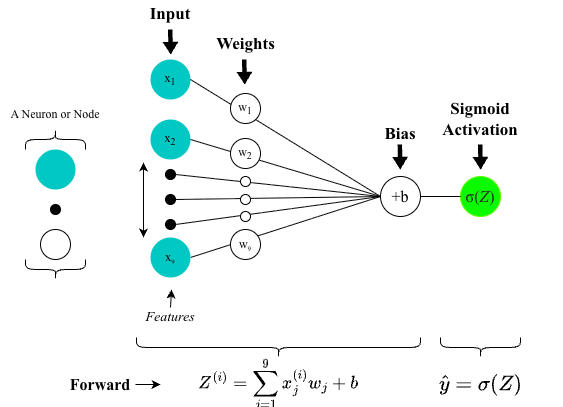
Above: basic_components/showcase_images/single-layer-perceptron.png in t20e/AI_projects_and_res (draw.io), before the change. Source tidied: cells renumbered, new cells last; positions are measured from the earlier drawing's top-left corner, leaving out a move shared by most shapes.
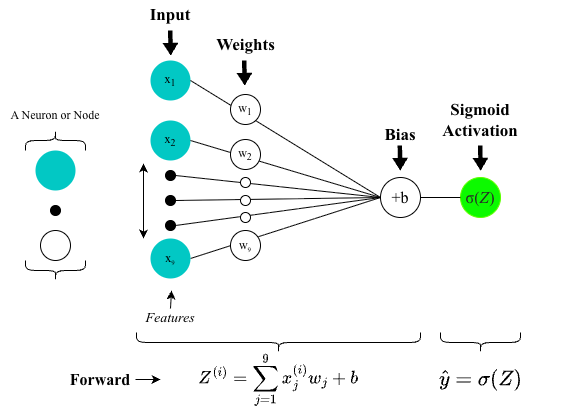
After the change.

What changed in the source:
```diff
@@ -8,48 +8,48 @@
     <mxCell id="3" value="&lt;div&gt;&lt;span style=&quot;font-size: 17px;&quot;&gt;&lt;b&gt;Weights&lt;/b&gt;&lt;/span&gt;&lt;/div&gt;" style="text;html=1;align=center;verticalAlign=middle;whiteSpace=wrap;rounded=0;fontFamily=Times New Roman;" parent="1" vertex="1">
       <mxGeometry x="209.6" y="30" width="70.8" height="30" as="geometry" />
     </mxCell>
-    <mxCell id="4" style="endArrow=classic;html=1;rounded=0;jumpSize=26;strokeWidth=0;shape=flexArrow;fillColor=#000000;startSize=1;endSize=4.184444444444444;endWidth=11.18279569892473;width=4.354838709677419;fontFamily=Times New Roman;" parent="1" edge="1">
-      <mxGeometry relative="1" as="geometry">
-        <mxPoint x="243.7" y="60" as="sourcePoint" />
-        <mxPoint x="244.2" y="85" as="targetPoint" />
-      </mxGeometry>
-    </mxCell>
-    <mxCell id="5" style="endArrow=classic;html=1;rounded=0;jumpSize=26;strokeWidth=0;shape=flexArrow;fillColor=#000000;startSize=1;endSize=4.184444444444444;endWidth=11.18279569892473;width=4.354838709677419;fontFamily=Times New Roman;" parent="1" edge="1">
-      <mxGeometry relative="1" as="geometry">
-        <mxPoint x="169.7" y="30" as="sourcePoint" />
-        <mxPoint x="170.2" y="55" as="targetPoint" />
-      </mxGeometry>
-    </mxCell>
+    <mxCell id="46" style="endArrow=classic;html=1;rounded=0;jumpSize=26;strokeWidth=0;shape=flexArrow;fillColor=#000000;startSize=1;endSize=4.184444444444444;endWidth=11.18279569892473;width=4.354838709677419;fontFamily=Times New Roman;" parent="1" edge="1">
+      <mxGeometry relative="1" as="geometry">
+        <mxPoint x="243.7" y="60" as="sourcePoint" />
+        <mxPoint x="244.2" y="85" as="targetPoint" />
+      </mxGeometry>
+    </mxCell>
+    <mxCell id="47" style="endArrow=classic;html=1;rounded=0;jumpSize=26;strokeWidth=0;shape=flexArrow;fillColor=#000000;startSize=1;endSize=4.184444444444444;endWidth=11.18279569892473;width=4.354838709677419;fontFamily=Times New Roman;" parent="1" edge="1">
+      <mxGeometry relative="1" as="geometry">
+        <mxPoint x="169.7" y="30" as="sourcePoint" />
+        <mxPoint x="170.2" y="55" as="targetPoint" />
+      </mxGeometry>
+    </mxCell>
     <mxCell id="6" value="&lt;i&gt;Features&lt;/i&gt;" style="text;html=1;align=center;verticalAlign=middle;whiteSpace=wrap;rounded=0;fontFamily=Times New Roman;fontSize=14;" parent="1" vertex="1">
       <mxGeometry x="143" y="308" width="54" height="20" as="geometry" />
     </mxCell>
-    <mxCell id="7" style="endArrow=classic;startArrow=classic;html=1;rounded=0;fontFamily=Times New Roman;" parent="1" edge="1">
-      <mxGeometry relative="1" as="geometry">
-        <mxPoint x="143" y="238" as="sourcePoint" />
-        <mxPoint x="143" y="163" as="targetPoint" />
-      </mxGeometry>
-    </mxCell>
+    <mxCell id="48" style="endArrow=classic;startArrow=classic;html=1;rounded=0;fontFamily=Times New Roman;" parent="1" edge="1">
+      <mxGeometry relative="1" as="geometry">
+        <mxPoint x="143" y="238" as="sourcePoint" />
+        <mxPoint x="143" y="163" as="targetPoint" />
+      </mxGeometry>
+    </mxCell>
     <mxCell id="8" value="&lt;span style=&quot;color: rgb(40, 40, 40); font-style: normal; font-variant-ligatures: normal; font-variant-caps: normal; font-weight: 100; letter-spacing: normal; orphans: 2; text-align: start; text-indent: 0px; text-transform: none; widows: 2; word-spacing: 0px; -webkit-text-stroke-width: 0px; white-space: normal; text-decoration-thickness: initial; text-decoration-style: initial; text-decoration-color: initial; float: none; display: inline !important;&quot;&gt;&lt;font style=&quot;font-size: 16px;&quot;&gt;σ(𝑍)&lt;/font&gt;&lt;/span&gt;" style="ellipse;whiteSpace=wrap;html=1;fillColor=light-dark(#0cfa00, #1f2f1e);strokeColor=light-dark(#5eff00, #446e2c);fontFamily=Times New Roman;" parent="1" vertex="1">
       <mxGeometry x="460" y="177" width="40" height="40" as="geometry" />
     </mxCell>
     <mxCell id="9" value="&lt;div&gt;&lt;b style=&quot;font-size: 17px;&quot;&gt;Sigmoid&lt;/b&gt;&lt;span style=&quot;font-size: 17px;&quot;&gt;&lt;b&gt;&lt;/b&gt;&lt;/span&gt;&lt;/div&gt;&lt;div&gt;&lt;span style=&quot;font-size: 17px;&quot;&gt;&lt;b&gt;Activation&lt;/b&gt;&lt;/span&gt;&lt;/div&gt;" style="text;html=1;align=center;verticalAlign=middle;whiteSpace=wrap;rounded=0;fontFamily=Times New Roman;" parent="1" vertex="1">
       <mxGeometry x="430" y="105" width="100" height="30" as="geometry" />
     </mxCell>
-    <mxCell id="10" style="endArrow=classic;html=1;rounded=0;jumpSize=26;strokeWidth=0;shape=flexArrow;fillColor=#000000;startSize=1;endSize=4.184444444444444;endWidth=11.18279569892473;width=4.354838709677419;fontFamily=Times New Roman;" parent="1" edge="1">
-      <mxGeometry relative="1" as="geometry">
-        <mxPoint x="479.7" y="145" as="sourcePoint" />
-        <mxPoint x="480.2" y="170" as="targetPoint" />
-      </mxGeometry>
-    </mxCell>
+    <mxCell id="49" style="endArrow=classic;html=1;rounded=0;jumpSize=26;strokeWidth=0;shape=flexArrow;fillColor=#000000;startSize=1;endSize=4.184444444444444;endWidth=11.18279569892473;width=4.354838709677419;fontFamily=Times New Roman;" parent="1" edge="1">
+      <mxGeometry relative="1" as="geometry">
+        <mxPoint x="479.7" y="145" as="sourcePoint" />
+        <mxPoint x="480.2" y="170" as="targetPoint" />
+      </mxGeometry>
+    </mxCell>
     <mxCell id="11" value="&lt;span style=&quot;font-size: 18px;&quot;&gt;`Z^{(i)} = \sum_{j=1}^9 x_j^{(i)} w_j + b`&lt;/span&gt;" style="text;html=1;align=center;verticalAlign=middle;whiteSpace=wrap;rounded=0;fontFamily=Times New Roman;" parent="1" vertex="1">
-      <mxGeometry x="164.5" y="370" width="227" height="30" as="geometry" />
+      <mxGeometry x="164.5" y="364" width="227" height="30" as="geometry" />
     </mxCell>
-    <mxCell id="12" style="shape=curlyBracket;whiteSpace=wrap;html=1;rounded=1;flipH=1;labelPosition=right;verticalLabelPosition=middle;align=left;verticalAlign=middle;rotation=90;fontFamily=Times New Roman;" parent="1" vertex="1">
-      <mxGeometry x="268" y="206" width="20" height="284" as="geometry" />
-    </mxCell>
-    <mxCell id="13" style="shape=curlyBracket;whiteSpace=wrap;html=1;rounded=1;flipH=1;labelPosition=right;verticalLabelPosition=middle;align=left;verticalAlign=middle;rotation=90;fontFamily=Times New Roman;" parent="1" vertex="1">
-      <mxGeometry x="470" y="308" width="20" height="80" as="geometry" />
-    </mxCell>
+    <mxCell id="50" style="shape=curlyBracket;whiteSpace=wrap;html=1;rounded=1;flipH=1;labelPosition=right;verticalLabelPosition=middle;align=left;verticalAlign=middle;rotation=90;fontFamily=Times New Roman;" parent="1" vertex="1">
+      <mxGeometry x="268" y="200" width="20" height="284" as="geometry" />
+    </mxCell>
+    <mxCell id="51" style="shape=curlyBracket;whiteSpace=wrap;html=1;rounded=1;flipH=1;labelPosition=right;verticalLabelPosition=middle;align=left;verticalAlign=middle;rotation=90;fontFamily=Times New Roman;" parent="1" vertex="1">
+      <mxGeometry x="470" y="302" width="20" height="80" as="geometry" />
+    </mxCell>
     <mxCell id="14" value="x&lt;sub&gt;1&lt;/sub&gt;" style="ellipse;whiteSpace=wrap;html=1;fillColor=#02C8C4;strokeColor=none;fontFamily=Times New Roman;flipV=1;" parent="1" vertex="1">
       <mxGeometry x="150" y="60" width="40" height="40" as="geometry" />
     </mxCell>
@@ -68,11 +68,11 @@
     <mxCell id="19" style="ellipse;whiteSpace=wrap;html=1;fillColor=#000000;fontFamily=Times New Roman;" parent="1" vertex="1">
       <mxGeometry x="50" y="205" width="10" height="10" as="geometry" />
     </mxCell>
-    <mxCell id="20" style="endArrow=classic;html=1;rounded=0;exitX=0.5;exitY=0;exitDx=0;exitDy=0;fontFamily=Times New Roman;" parent="1" edge="1" source="6">
-      <mxGeometry relative="1" as="geometry">
-        <mxPoint x="171" y="290" as="targetPoint" />
-      </mxGeometry>
-    </mxCell>
+    <mxCell id="52" style="endArrow=classic;html=1;rounded=0;exitX=0.5;exitY=0;exitDx=0;exitDy=0;fontFamily=Times New Roman;" parent="1" edge="1" source="6">
+      <mxGeometry relative="1" as="geometry">
+        <mxPoint x="171" y="290" as="targetPoint" />
+      </mxGeometry>
+    </mxCell>
     <mxCell id="21" style="endArrow=none;html=1;rounded=0;fillColor=#dae8fc;strokeColor=#000000;exitX=1;exitY=0.5;exitDx=0;exitDy=0;entryX=0;entryY=0.5;entryDx=0;entryDy=0;fontFamily=Times New Roman;" parent="1" edge="1" source="14" target="34">
       <mxGeometry relative="1" as="geometry" />
     </mxCell>
@@ -121,12 +121,12 @@
     <mxCell id="36" value="&lt;div&gt;&lt;span style=&quot;font-size: 17px;&quot;&gt;&lt;b&gt;Bias&lt;/b&gt;&lt;/span&gt;&lt;/div&gt;" style="text;html=1;align=center;verticalAlign=middle;whiteSpace=wrap;rounded=0;fontFamily=Times New Roman;" parent="1" vertex="1">
       <mxGeometry x="370" y="120" width="60" height="30" as="geometry" />
     </mxCell>
-    <mxCell id="37" style="endArrow=classic;html=1;rounded=0;jumpSize=26;strokeWidth=0;shape=flexArrow;fillColor=#000000;startSize=1;endSize=4.184444444444444;endWidth=11.18279569892473;width=4.354838709677419;fontFamily=Times New Roman;" parent="1" edge="1">
-      <mxGeometry relative="1" as="geometry">
-        <mxPoint x="399.3" y="145" as="sourcePoint" />
-        <mxPoint x="399.8" y="170" as="targetPoint" />
-      </mxGeometry>
-    </mxCell>
+    <mxCell id="53" style="endArrow=classic;html=1;rounded=0;jumpSize=26;strokeWidth=0;shape=flexArrow;fillColor=#000000;startSize=1;endSize=4.184444444444444;endWidth=11.18279569892473;width=4.354838709677419;fontFamily=Times New Roman;" parent="1" edge="1">
+      <mxGeometry relative="1" as="geometry">
+        <mxPoint x="399.3" y="145" as="sourcePoint" />
+        <mxPoint x="399.8" y="170" as="targetPoint" />
+      </mxGeometry>
+    </mxCell>
     <mxCell id="38" style="shape=curlyBracket;whiteSpace=wrap;html=1;rounded=1;flipH=1;labelPosition=right;verticalLabelPosition=middle;align=left;verticalAlign=middle;rotation=90;fontFamily=Times New Roman;" parent="1" vertex="1">
       <mxGeometry x="45" y="240" width="20" height="60" as="geometry" />
     </mxCell>
@@ -139,16 +139,16 @@
     <mxCell id="41" style="ellipse;whiteSpace=wrap;html=1;fillColor=#000000;fontFamily=Times New Roman;flipV=1;" parent="1" vertex="1">
       <mxGeometry x="165" y="220" width="10" height="10" as="geometry" />
     </mxCell>
-    <mxCell id="42" style="edgeStyle=orthogonalEdgeStyle;rounded=0;jettySize=auto;html=1;fontFamily=Times New Roman;" parent="1" edge="1" source="43">
-      <mxGeometry relative="1" as="geometry">
-        <mxPoint x="160" y="385" as="targetPoint" />
-      </mxGeometry>
-    </mxCell>
+    <mxCell id="54" style="edgeStyle=orthogonalEdgeStyle;rounded=0;jettySize=auto;html=1;fontFamily=Times New Roman;" parent="1" edge="1" source="43">
+      <mxGeometry relative="1" as="geometry">
+        <mxPoint x="160" y="379" as="targetPoint" />
+      </mxGeometry>
+    </mxCell>
     <mxCell id="43" value="&lt;b&gt;&lt;font style=&quot;font-size: 16px;&quot;&gt;Forward&lt;/font&gt;&lt;/b&gt;" style="text;html=1;whiteSpace=wrap;strokeColor=none;fillColor=none;align=center;verticalAlign=middle;rounded=0;dashed=1;fontFamily=Times New Roman;" parent="1" vertex="1">
-      <mxGeometry x="65" y="367.5" width="70" height="35" as="geometry" />
+      <mxGeometry x="65" y="361.5" width="70" height="35" as="geometry" />
     </mxCell>
     <mxCell id="44" value="&lt;font style=&quot;font-size: 18px;&quot;&gt;`\hat y = \sigma(Z)`&lt;/font&gt;" style="text;html=1;whiteSpace=wrap;strokeColor=none;fillColor=none;align=center;verticalAlign=middle;rounded=0;" parent="1" vertex="1">
-      <mxGeometry x="397.5" y="370" width="165" height="30" as="geometry" />
+      <mxGeometry x="397.5" y="364" width="165" height="30" as="geometry" />
     </mxCell>
     <mxCell id="45" style="ellipse;whiteSpace=wrap;html=1;shadow=0;fontFamily=Times New Roman;" parent="1" vertex="1">
       <mxGeometry x="40" y="230" width="30" height="30" as="geometry" />
```
